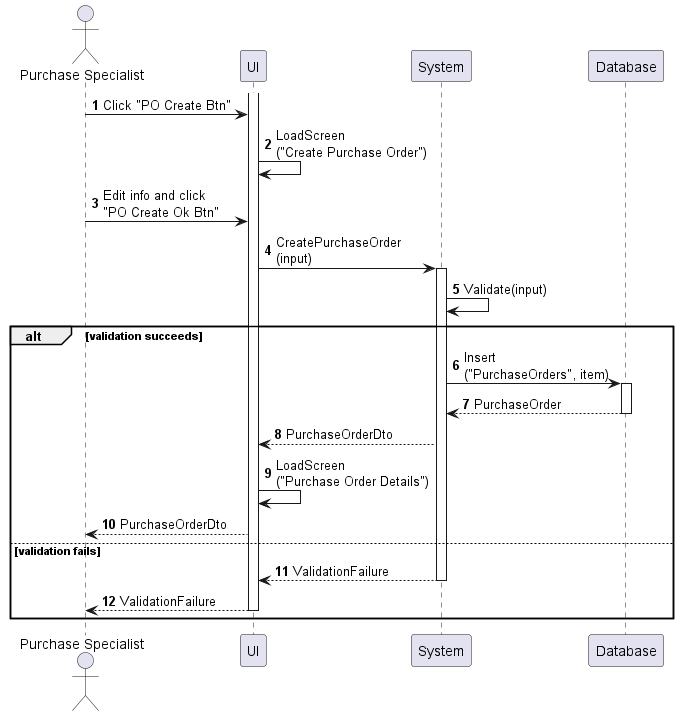
Earlier version of the PlantUML export sequences/purchase-order-create.png (phihungha/scmss-reqs).
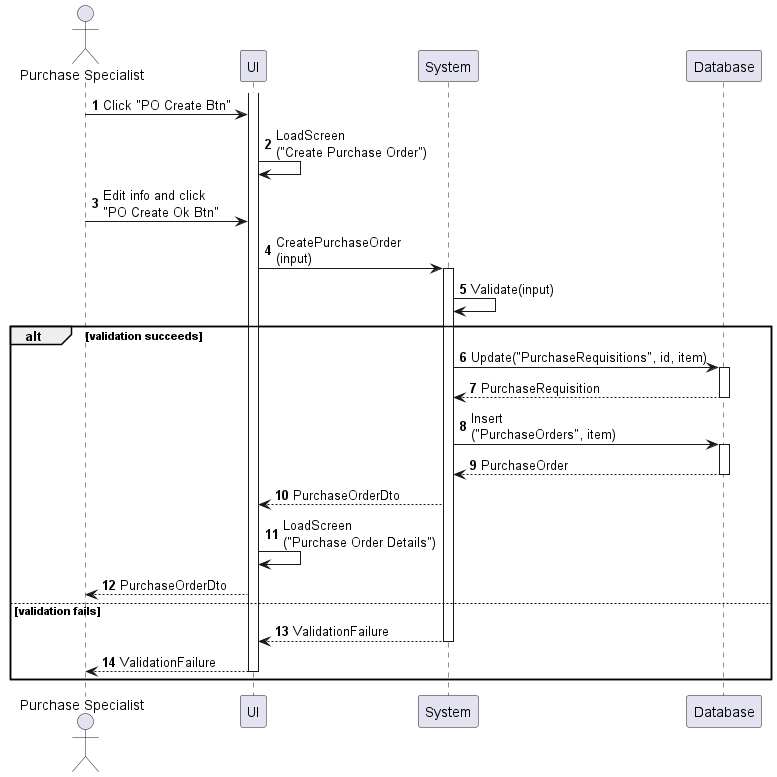
After the change.

Change to the diagram source:
```diff
@@ -15,6 +15,9 @@
 b -> b : Validate(input)
 
 alt validation succeeds
+    b -> d : Update("PurchaseRequisitions", id, item)
+    activate d
+    return PurchaseRequisition
     b -> d : Insert\n("PurchaseOrders", item)
     activate d
     return PurchaseOrder
```
